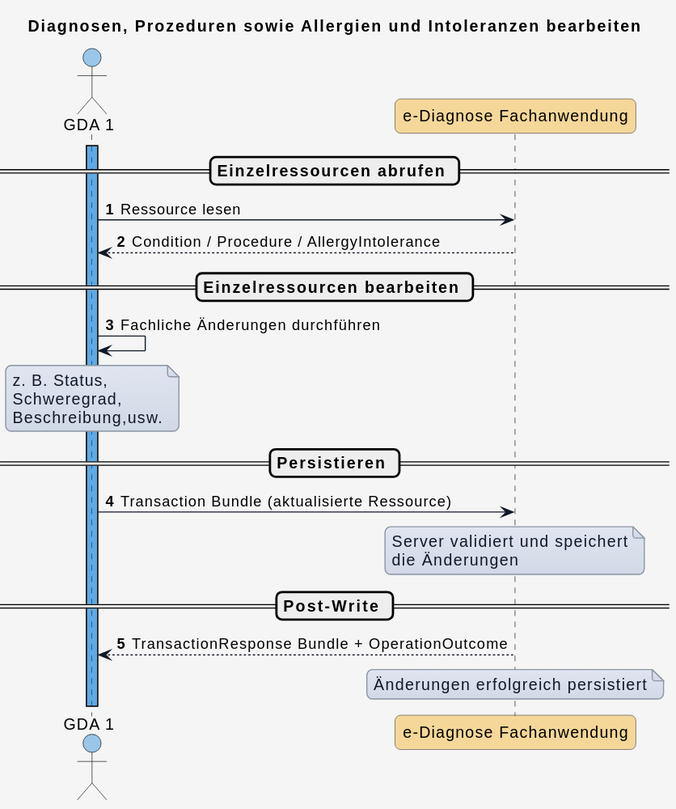
Before: input/images/plantuml/diagram_uc_06_11.svg, a diagram exported from PlantUML (HL7Austria/ELGA-e-Diagnose-R4). The source it was exported from:
```plantuml
@startuml
title Diagnosen, Prozeduren sowie Allergien und Intoleranzen bearbeiten

skinparam borderColor #000000
skinparam backgroundColor #f5f5f5
skinparam shadowing false
skinparam roundCorner 10
skinparam defaultFontName "Arial"
skinparam defaultFontSize 14
skinparam defaultFontColor #000000
skinparam HyperlinkColor #0000EE
skinparam HyperlinkUnderline false
skinparam BoxPadding 20
skinparam BoxBorderColor #555555

skinparam note {
  BackgroundColor #e0e5f0-#d1d9e6
  BorderColor #8b95a5
  BorderThickness 1
  RoundCorner 0
  Padding 6
  FontColor #111827
  Shadowing false
}

skinparam sequence {
  ParticipantBorderColor #555555
  ParticipantBackgroundColor #ffffff
  ParticipantFontColor #000000
  ParticipantFontSize 14
  ParticipantPadding 20
  ArrowColor #111827
  ArrowThickness 1
  ArrowFontColor #000000
  ArrowFontSize 13
  GroupBorderColor #111827
  GroupBackgroundColor #eef2ff
  GroupBorderThickness 2
}

!define COLOR_GDA_1    #0078D460
!define COLOR_GDA_2    #8764B860
!define COLOR_PATIENT  #00950560
!define COLOR_APO      #00B7C360
!define COLOR_DIAG_FA  #f5a40360
!define COLOR_E_REZEPT #E7485660

!define COLOR_OK       #50E6FF25
!define COLOR_ERROR    #FF8C0035

actor GDA_1 as "GDA 1" COLOR_GDA_1
participant eDiag_FA as "e-Diagnose Fachanwendung" COLOR_DIAG_FA

autonumber
activate GDA_1 COLOR_GDA_1

== Einzelressourcen abrufen ==

GDA_1 -> eDiag_FA : Ressource lesen

eDiag_FA --> GDA_1 : Condition / Procedure / AllergyIntolerance

== Einzelressourcen bearbeiten ==

GDA_1 -> GDA_1 : Fachliche Änderungen durchführen

note over GDA_1
z. B. Status,
Schweregrad,
Beschreibung,usw.
end note

== Persistieren ==

GDA_1 -> eDiag_FA : Transaction Bundle (aktualisierte Ressource)

note over eDiag_FA
Server validiert und speichert
die Änderungen
end note

== Post-Write ==

eDiag_FA --> GDA_1 : TransactionResponse Bundle + OperationOutcome

note over eDiag_FA
Änderungen erfolgreich persistiert
end note
@enduml
```
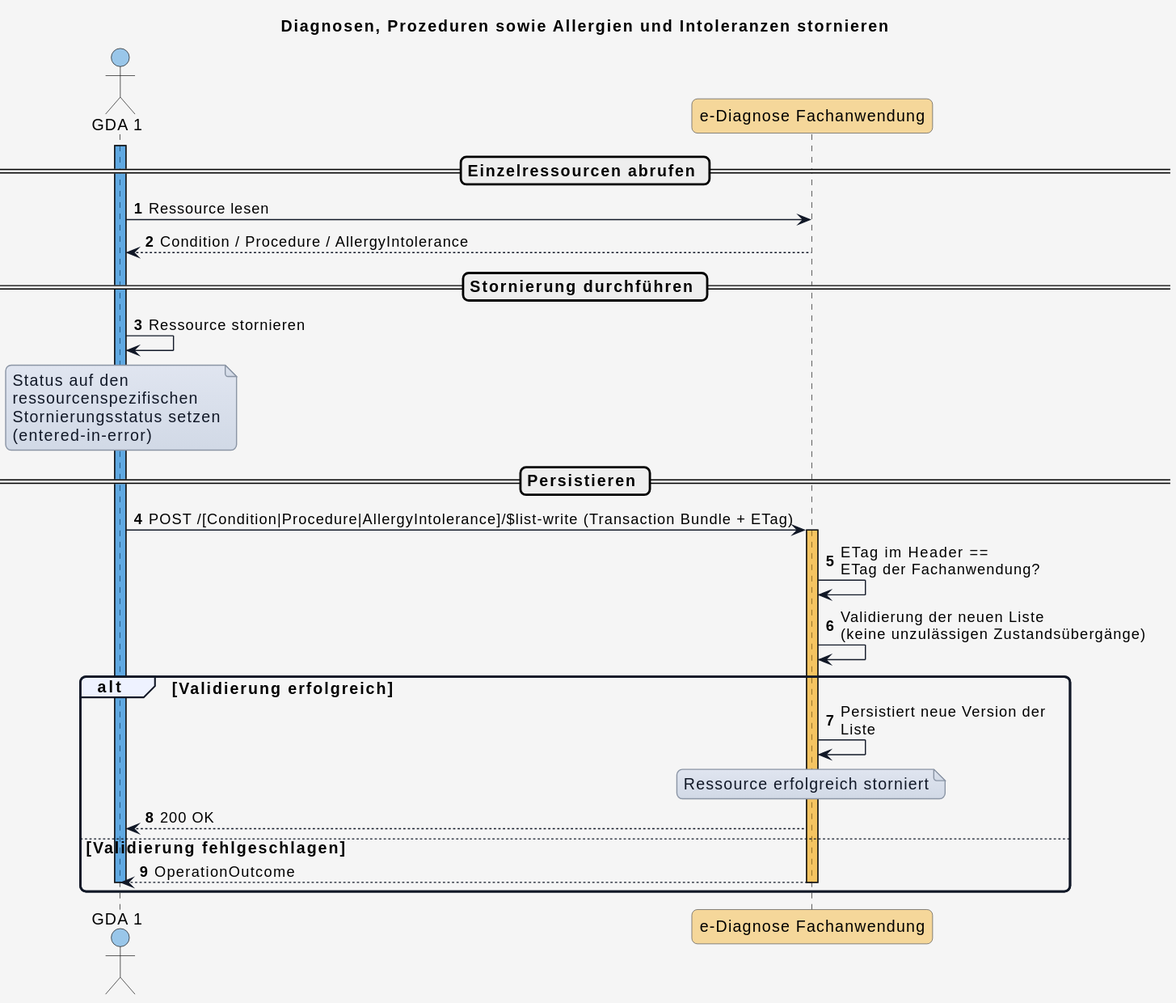
The same diagram one commit later.

Commit message:
update diagram suc 09to10

What changed in the source:
```diff
@@ -1,5 +1,5 @@
 @startuml
-title Diagnosen, Prozeduren sowie Allergien und Intoleranzen bearbeiten
+title Diagnosen, Prozeduren sowie Allergien und Intoleranzen stornieren
 
 skinparam borderColor #000000
 skinparam backgroundColor #f5f5f5
@@ -60,30 +60,38 @@
 
 eDiag_FA --> GDA_1 : Condition / Procedure / AllergyIntolerance
 
-== Einzelressourcen bearbeiten ==
+== Stornierung durchführen ==
 
-GDA_1 -> GDA_1 : Fachliche Änderungen durchführen
+GDA_1 -> GDA_1 : Ressource stornieren
 
 note over GDA_1
-z. B. Status,
-Schweregrad,
-Beschreibung,usw.
+Status auf den
+ressourcenspezifischen
+Stornierungsstatus setzen
+(entered-in-error)
 end note
 
 == Persistieren ==
 
-GDA_1 -> eDiag_FA : Transaction Bundle (aktualisierte Ressource)
+GDA_1 -> eDiag_FA: POST /[Condition|Procedure|AllergyIntolerance]/$list-write (Transaction Bundle + ETag)
 
-note over eDiag_FA
-Server validiert und speichert
-die Änderungen
-end note
+activate eDiag_FA COLOR_DIAG_FA
+eDiag_FA -> eDiag_FA: ETag im Header ==\nETag der Fachanwendung?
+eDiag_FA -> eDiag_FA: Validierung der neuen Liste\n(keine unzulässigen Zustandsübergänge)
 
-== Post-Write ==
+alt Validierung erfolgreich
+  eDiag_FA -> eDiag_FA: Persistiert neue Version der\nListe
 
-eDiag_FA --> GDA_1 : TransactionResponse Bundle + OperationOutcome
+  note over eDiag_FA
+  Ressource erfolgreich storniert
+  end note
 
-note over eDiag_FA
-Änderungen erfolgreich persistiert
-end note
+  eDiag_FA --> GDA_1: 200 OK
+
+else Validierung fehlgeschlagen
+
+  eDiag_FA --> GDA_1: OperationOutcome
+  deactivate GDA_1
+  deactivate eDiag_FA
+end
 @enduml
```
